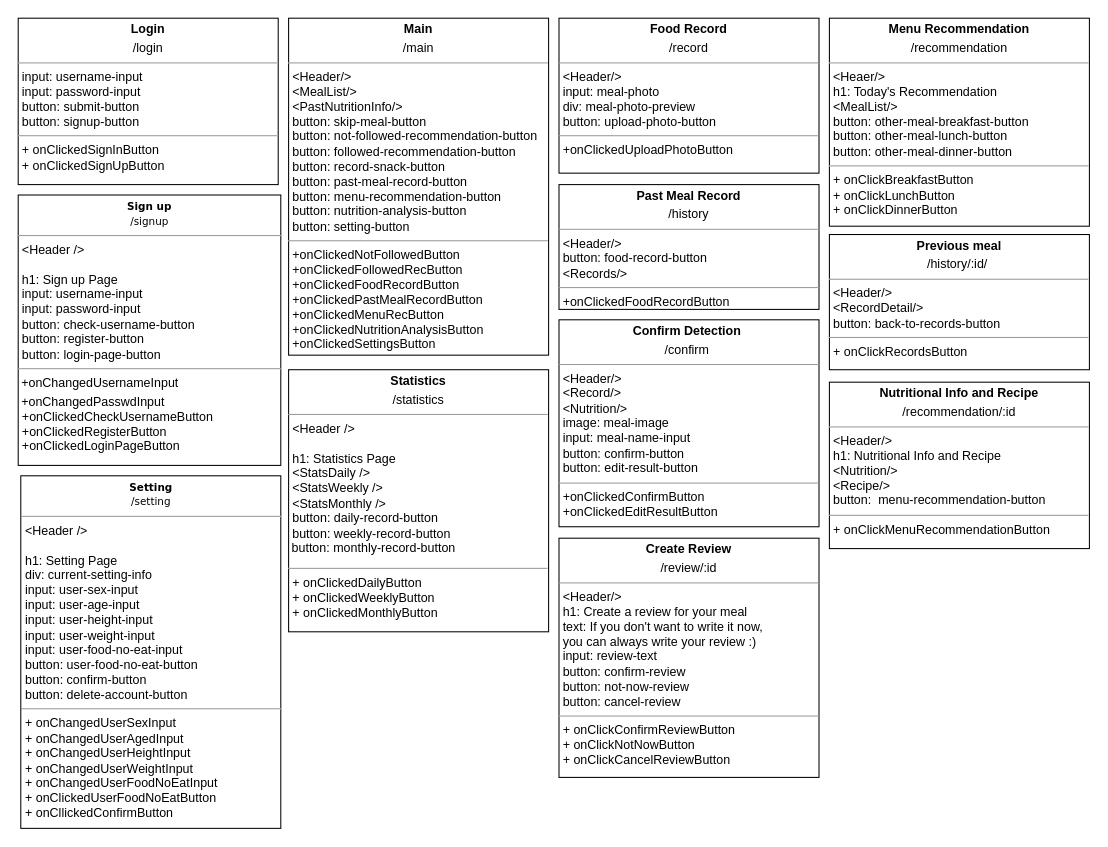
The draw.io diagram diagrams/Page Diagram.drawio in swsnu/swpp2021-team5, before the edit. Source tidied: cells renumbered, new cells numbered last; positions are measured from the earlier drawing's top-left corner, leaving out a move shared by most shapes. Both pictures are drawn from the tidied source at 104%, with x=0, y=0 at pixel (18, 18).
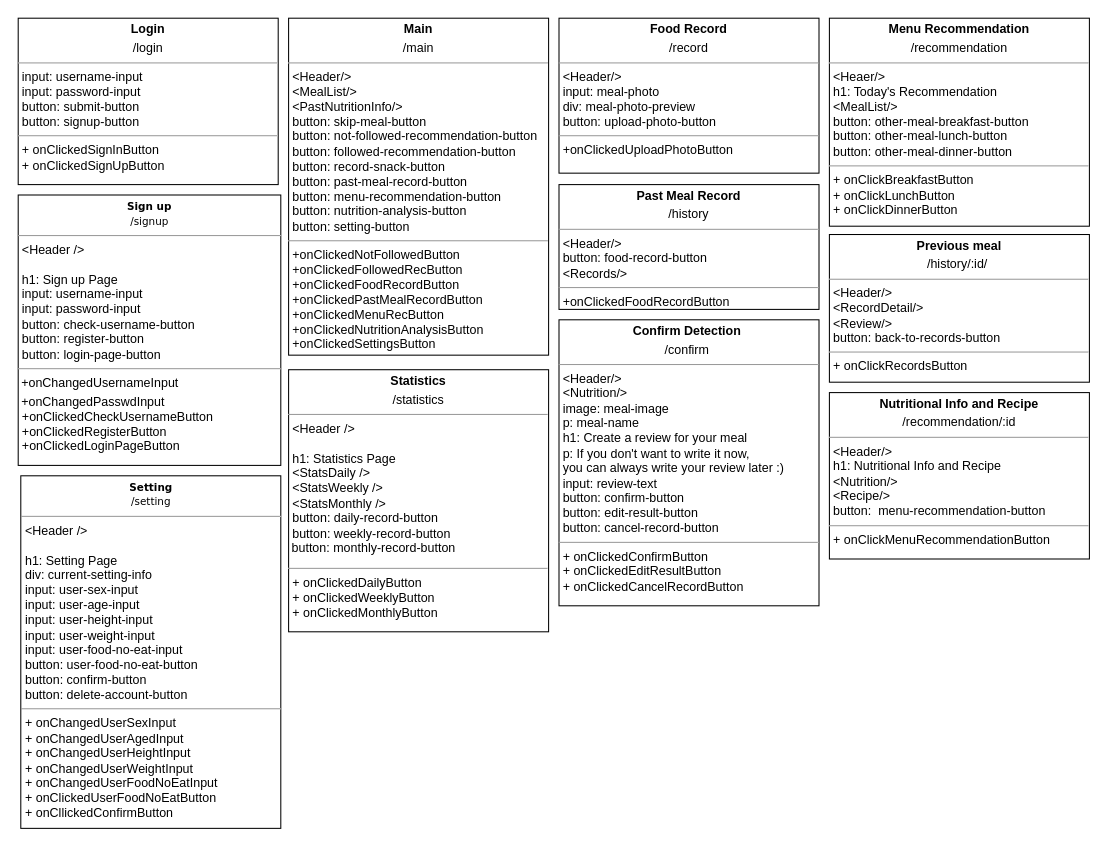
The same page after the edit.

Diff of the diagram source:
```diff
@@
 <mxGraphModel>
   <root>
     <mxCell id="0" />
     <mxCell id="1" parent="0" />
     <mxCell id="2" value="&lt;p style=&quot;margin: 4px 0px 0px ; text-align: center&quot;&gt;&lt;b&gt;Statistics&lt;/b&gt;&lt;/p&gt;&lt;p style=&quot;margin: 4px 0px 0px ; text-align: center&quot;&gt;/statistics&lt;/p&gt;&lt;hr size=&quot;1&quot;&gt;&lt;p style=&quot;text-align: justify ; margin: 0px 0px 0px 4px&quot;&gt;&amp;lt;Header /&amp;gt;&lt;br&gt;&lt;/p&gt;&lt;p style=&quot;text-align: justify ; margin: 0px 0px 0px 4px&quot;&gt;&lt;br&gt;&lt;/p&gt;&lt;p style=&quot;text-align: justify ; margin: 0px 0px 0px 4px&quot;&gt;h1: Statistics Page&lt;/p&gt;&lt;p style=&quot;text-align: justify ; margin: 0px 0px 0px 4px&quot;&gt;&amp;lt;StatsDaily /&amp;gt;&lt;/p&gt;&lt;p style=&quot;text-align: justify ; margin: 0px 0px 0px 4px&quot;&gt;&amp;lt;StatsWeekly /&amp;gt;&lt;/p&gt;&lt;p style=&quot;text-align: justify ; margin: 0px 0px 0px 4px&quot;&gt;&amp;lt;StatsMonthly /&amp;gt;&lt;/p&gt;&lt;p style=&quot;text-align: justify ; margin: 0px 0px 0px 4px&quot;&gt;button: daily-record-button&lt;/p&gt;&lt;p style=&quot;text-align: justify ; margin: 0px 0px 0px 4px&quot;&gt;&lt;span style=&quot;text-align: left&quot;&gt;button:&amp;nbsp;&lt;/span&gt;&lt;span style=&quot;text-align: left&quot;&gt;weekly-record-button&amp;nbsp;&lt;/span&gt;&lt;/p&gt;&lt;span style=&quot;text-align: left&quot;&gt;&lt;div style=&quot;text-align: justify&quot;&gt;&lt;span&gt;&amp;nbsp;button:&amp;nbsp;&lt;/span&gt;&lt;span&gt;monthly-record-button&lt;/span&gt;&lt;/div&gt;&lt;/span&gt;&lt;p&gt;&lt;/p&gt;&lt;hr size=&quot;1&quot; style=&quot;text-align: justify&quot;&gt;&lt;p style=&quot;text-align: justify ; margin: 0px 0px 0px 4px&quot;&gt;+ onClickedDailyButton&lt;/p&gt;&lt;p style=&quot;text-align: justify ; margin: 0px 0px 0px 4px&quot;&gt;+ onClickedWeeklyButton&lt;/p&gt;&lt;p style=&quot;text-align: justify ; margin: 0px 0px 0px 4px&quot;&gt;+ onClickedMonthlyButton&lt;/p&gt;" style="verticalAlign=top;align=left;overflow=fill;fontSize=12;fontFamily=Helvetica;html=1;rounded=0;shadow=0;comic=0;labelBackgroundColor=none;strokeWidth=1;" parent="1" vertex="1">
       <mxGeometry x="260" y="338" width="250" height="252" as="geometry" />
     </mxCell>
     <mxCell id="3" value="&lt;p style=&quot;margin: 0px ; margin-top: 4px ; text-align: center&quot;&gt;&lt;b&gt;Main&lt;/b&gt;&lt;/p&gt;&lt;p style=&quot;margin: 0px ; margin-top: 4px ; text-align: center&quot;&gt;/main&lt;/p&gt;&lt;hr size=&quot;1&quot;&gt;&lt;p style=&quot;margin: 0px ; margin-left: 4px&quot;&gt;&lt;span&gt;&amp;lt;Header/&amp;gt;&lt;/span&gt;&lt;/p&gt;&lt;p style=&quot;margin: 0px ; margin-left: 4px&quot;&gt;&lt;span&gt;&amp;lt;MealList/&amp;gt;&lt;/span&gt;&lt;br&gt;&lt;/p&gt;&lt;p style=&quot;margin: 0px ; margin-left: 4px&quot;&gt;&amp;lt;PastNutritionInfo/&amp;gt;&lt;/p&gt;&lt;p style=&quot;margin: 0px ; margin-left: 4px&quot;&gt;button: skip-meal-button&lt;/p&gt;&lt;p style=&quot;margin: 0px ; margin-left: 4px&quot;&gt;button: not-followed-recommendation-button&lt;/p&gt;&lt;p style=&quot;margin: 0px 0px 0px 4px&quot;&gt;button: followed-recommendation-button&lt;/p&gt;&lt;p style=&quot;margin: 0px ; margin-left: 4px&quot;&gt;&lt;span&gt;button: record-snack-button&lt;/span&gt;&lt;br&gt;&lt;/p&gt;&lt;p style=&quot;margin: 0px 0px 0px 4px&quot;&gt;button: past-meal-record-button&lt;/p&gt;&lt;p style=&quot;margin: 0px 0px 0px 4px&quot;&gt;button: menu-recommendation-button&lt;/p&gt;&lt;p style=&quot;margin: 0px 0px 0px 4px&quot;&gt;button: nutrition-analysis-button&lt;/p&gt;&lt;p style=&quot;margin: 0px 0px 0px 4px&quot;&gt;&lt;span&gt;button: setting-button&lt;/span&gt;&lt;br&gt;&lt;/p&gt;&lt;hr size=&quot;1&quot;&gt;&lt;p style=&quot;margin: 0px ; margin-left: 4px&quot;&gt;+onClickedNotFollowedButton&lt;/p&gt;&lt;p style=&quot;margin: 0px ; margin-left: 4px&quot;&gt;+onClickedFollowedRecButton&lt;br&gt;&lt;/p&gt;&lt;p style=&quot;margin: 0px ; margin-left: 4px&quot;&gt;+onClickedFoodRecordButton&lt;/p&gt;&lt;p style=&quot;margin: 0px 0px 0px 4px&quot;&gt;+onClickedPastMealRecordButton&lt;/p&gt;&lt;p style=&quot;margin: 0px ; margin-left: 4px&quot;&gt;+onClickedMenuRecButton&lt;/p&gt;&lt;p style=&quot;margin: 0px ; margin-left: 4px&quot;&gt;+onClickedNutritionAnalysisButton&lt;/p&gt;&lt;p style=&quot;margin: 0px ; margin-left: 4px&quot;&gt;&lt;span&gt;+onClickedSettingsButton&lt;/span&gt;&lt;br&gt;&lt;/p&gt;" style="verticalAlign=top;align=left;overflow=fill;fontSize=12;fontFamily=Helvetica;html=1;rounded=0;shadow=0;comic=0;labelBackgroundColor=none;strokeWidth=1;" parent="1" vertex="1">
       <mxGeometry x="260" width="250" height="324" as="geometry" />
     </mxCell>
     <mxCell id="4" value="&lt;p style=&quot;margin: 0px ; margin-top: 4px ; text-align: center&quot;&gt;&lt;b&gt;Login&lt;/b&gt;&lt;/p&gt;&lt;p style=&quot;margin: 0px ; margin-top: 4px ; text-align: center&quot;&gt;/login&lt;/p&gt;&lt;hr size=&quot;1&quot;&gt;&lt;p style=&quot;margin: 0px ; margin-left: 4px&quot;&gt;input: username-input&lt;/p&gt;&lt;p style=&quot;margin: 0px ; margin-left: 4px&quot;&gt;input: password-input&lt;/p&gt;&lt;p style=&quot;margin: 0px ; margin-left: 4px&quot;&gt;button: submit-button&lt;/p&gt;&lt;p style=&quot;margin: 0px ; margin-left: 4px&quot;&gt;button: signup-button&lt;/p&gt;&lt;hr size=&quot;1&quot;&gt;&lt;p style=&quot;margin: 0px ; margin-left: 4px&quot;&gt;+ onClickedSignInButton&lt;/p&gt;&lt;p style=&quot;margin: 0px ; margin-left: 4px&quot;&gt;+ onClickedSignUpButton&lt;/p&gt;" style="verticalAlign=top;align=left;overflow=fill;fontSize=12;fontFamily=Helvetica;html=1;rounded=0;shadow=0;comic=0;labelBackgroundColor=none;strokeWidth=1;" parent="1" vertex="1">
       <mxGeometry width="250" height="160" as="geometry" />
     </mxCell>
     <mxCell id="5" value="&lt;p style=&quot;margin: 0px ; margin-top: 4px ; text-align: center&quot;&gt;&lt;b&gt;Food Record&lt;/b&gt;&lt;/p&gt;&lt;p style=&quot;margin: 0px ; margin-top: 4px ; text-align: center&quot;&gt;/record&lt;/p&gt;&lt;hr size=&quot;1&quot;&gt;&lt;p style=&quot;margin: 0px ; margin-left: 4px&quot;&gt;&lt;span&gt;&amp;lt;Header/&amp;gt;&lt;/span&gt;&lt;/p&gt;&lt;p style=&quot;margin: 0px ; margin-left: 4px&quot;&gt;&lt;span&gt;input: meal-photo&lt;/span&gt;&lt;/p&gt;&lt;p style=&quot;margin: 0px ; margin-left: 4px&quot;&gt;&lt;span&gt;div: meal-photo-preview&lt;/span&gt;&lt;/p&gt;&lt;p style=&quot;margin: 0px ; margin-left: 4px&quot;&gt;&lt;span&gt;button: upload-photo-button&lt;/span&gt;&lt;/p&gt;&lt;hr size=&quot;1&quot;&gt;&lt;p style=&quot;margin: 0px ; margin-left: 4px&quot;&gt;&lt;span&gt;+onClickedUploadPhotoButton&lt;/span&gt;&lt;br&gt;&lt;/p&gt;&lt;p style=&quot;margin: 0px ; margin-left: 4px&quot;&gt;&lt;br&gt;&lt;/p&gt;" style="verticalAlign=top;align=left;overflow=fill;fontSize=12;fontFamily=Helvetica;html=1;rounded=0;shadow=0;comic=0;labelBackgroundColor=none;strokeWidth=1;" parent="1" vertex="1">
       <mxGeometry x="520" width="250" height="149" as="geometry" />
     </mxCell>
     <mxCell id="6" value="&lt;p style=&quot;margin: 0px ; margin-top: 4px ; text-align: center&quot;&gt;&lt;b&gt;Past Meal Record&lt;/b&gt;&lt;/p&gt;&lt;p style=&quot;margin: 0px ; margin-top: 4px ; text-align: center&quot;&gt;/history&lt;/p&gt;&lt;hr size=&quot;1&quot;&gt;&lt;p style=&quot;margin: 0px 0px 0px 4px&quot;&gt;&amp;lt;Header/&amp;gt;&lt;/p&gt;&lt;p style=&quot;margin: 0px 0px 0px 4px&quot;&gt;button: food-record-button&lt;/p&gt;&lt;p style=&quot;margin: 0px 0px 0px 4px&quot;&gt;&amp;lt;Records/&amp;gt;&lt;/p&gt;&lt;hr size=&quot;1&quot;&gt;&lt;p style=&quot;margin: 0px ; margin-left: 4px&quot;&gt;+onClickedFoodRecordButton&lt;/p&gt;" style="verticalAlign=top;align=left;overflow=fill;fontSize=12;fontFamily=Helvetica;html=1;rounded=0;shadow=0;comic=0;labelBackgroundColor=none;strokeWidth=1;" parent="1" vertex="1">
       <mxGeometry x="520" y="160" width="250" height="120" as="geometry" />
     </mxCell>
     <mxCell id="7" value="&lt;p style=&quot;margin: 4px 0px 0px ; text-align: center&quot;&gt;&lt;b style=&quot;font-family: &amp;#34;verdana&amp;#34; ; font-size: 10px&quot;&gt;Sign up&lt;/b&gt;&lt;br style=&quot;font-family: &amp;#34;verdana&amp;#34; ; font-size: 10px&quot;&gt;&lt;span style=&quot;font-family: &amp;#34;verdana&amp;#34; ; font-size: 10px&quot;&gt;/signup&lt;/span&gt;&lt;br&gt;&lt;/p&gt;&lt;hr size=&quot;1&quot;&gt;&lt;p style=&quot;text-align: justify ; margin: 0px 0px 0px 4px&quot;&gt;&amp;lt;Header /&amp;gt;&lt;/p&gt;&lt;p style=&quot;text-align: justify ; margin: 0px 0px 0px 4px&quot;&gt;&lt;br&gt;&lt;/p&gt;&lt;p style=&quot;text-align: justify ; margin: 0px 0px 0px 4px&quot;&gt;h1: Sign up Page&lt;/p&gt;&lt;p style=&quot;text-align: justify ; margin: 0px 0px 0px 4px&quot;&gt;input: username-input&lt;/p&gt;&lt;p style=&quot;text-align: justify ; margin: 0px 0px 0px 4px&quot;&gt;input: password-input&lt;/p&gt;&lt;p style=&quot;text-align: justify ; margin: 0px 0px 0px 4px&quot;&gt;button: check-username-button&lt;/p&gt;&lt;p style=&quot;text-align: justify ; margin: 0px 0px 0px 4px&quot;&gt;button: register-button&lt;/p&gt;&lt;p style=&quot;text-align: justify ; margin: 0px 0px 0px 4px&quot;&gt;button: login-page-button&lt;/p&gt;&lt;hr size=&quot;1&quot; style=&quot;text-align: justify&quot;&gt;&lt;p style=&quot;text-align: justify ; margin: 4px 0px 0px&quot;&gt;&lt;span&gt;&amp;nbsp;+onChangedUsernameInput&lt;/span&gt;&lt;br&gt;&lt;/p&gt;&lt;p style=&quot;text-align: justify ; margin: 4px 0px 0px&quot;&gt;&lt;span&gt;&amp;nbsp;+onChangedPasswdInput&lt;/span&gt;&lt;/p&gt;&lt;p style=&quot;text-align: justify ; margin: 0px 0px 0px 4px&quot;&gt;+onClickedCheckUsernameButton&lt;/p&gt;&lt;p style=&quot;text-align: justify ; margin: 0px 0px 0px 4px&quot;&gt;+onClickedRegisterButton&lt;/p&gt;&lt;p style=&quot;text-align: justify ; margin: 0px 0px 0px 4px&quot;&gt;+onClickedLoginPageButton&lt;/p&gt;" style="verticalAlign=top;align=left;overflow=fill;fontSize=12;fontFamily=Helvetica;html=1;" parent="1" vertex="1">
       <mxGeometry y="170" width="252.5" height="260" as="geometry" />
     </mxCell>
     <mxCell id="8" value="&lt;p style=&quot;margin: 4px 0px 0px ; text-align: center&quot;&gt;&lt;b style=&quot;font-family: &amp;#34;verdana&amp;#34; ; font-size: 10px&quot;&gt;Setting&lt;/b&gt;&lt;br style=&quot;font-family: &amp;#34;verdana&amp;#34; ; font-size: 10px&quot;&gt;&lt;span style=&quot;font-family: &amp;#34;verdana&amp;#34; ; font-size: 10px&quot;&gt;/setting&lt;/span&gt;&lt;br&gt;&lt;/p&gt;&lt;hr size=&quot;1&quot;&gt;&lt;p style=&quot;margin: 0px 0px 0px 4px&quot;&gt;&amp;lt;Header /&amp;gt;&lt;br&gt;&lt;/p&gt;&lt;p style=&quot;margin: 0px 0px 0px 4px&quot;&gt;&lt;br&gt;&lt;/p&gt;&lt;p style=&quot;margin: 0px 0px 0px 4px&quot;&gt;h1: Setting Page&lt;/p&gt;&lt;p style=&quot;margin: 0px 0px 0px 4px&quot;&gt;div: current-setting-info&lt;/p&gt;&lt;p style=&quot;margin: 0px 0px 0px 4px&quot;&gt;input: user-sex-input&lt;/p&gt;&lt;p style=&quot;margin: 0px 0px 0px 4px&quot;&gt;input: user-age-input&lt;/p&gt;&lt;p style=&quot;margin: 0px 0px 0px 4px&quot;&gt;input: user-height-input&lt;/p&gt;&lt;p style=&quot;margin: 0px 0px 0px 4px&quot;&gt;input: user-weight-input&lt;/p&gt;&lt;p style=&quot;margin: 0px 0px 0px 4px&quot;&gt;input: user-food-no-eat-input&lt;br&gt;&lt;/p&gt;&lt;p style=&quot;margin: 0px 0px 0px 4px&quot;&gt;button: user-food-no-eat-button&lt;/p&gt;&lt;p style=&quot;margin: 0px 0px 0px 4px&quot;&gt;button: confirm-button&lt;br&gt;&lt;/p&gt;&lt;p style=&quot;margin: 0px 0px 0px 4px&quot;&gt;button: delete-account-button&lt;/p&gt;&lt;hr size=&quot;1&quot;&gt;&lt;p style=&quot;margin: 0px 0px 0px 4px&quot;&gt;+ onChangedUserSexInput&lt;/p&gt;&lt;p style=&quot;margin: 0px 0px 0px 4px&quot;&gt;+ onChangedUserAgedInput&lt;/p&gt;&lt;p style=&quot;margin: 0px 0px 0px 4px&quot;&gt;+ onChangedUserHeightInput&lt;/p&gt;&lt;p style=&quot;margin: 0px 0px 0px 4px&quot;&gt;+ onChangedUserWeightInput&lt;/p&gt;&lt;p style=&quot;margin: 0px 0px 0px 4px&quot;&gt;+ onChangedUserFoodNoEatInput&lt;/p&gt;&lt;p style=&quot;margin: 0px 0px 0px 4px&quot;&gt;+ onClickedUserFoodNoEatButton&lt;/p&gt;&lt;p style=&quot;margin: 0px 0px 0px 4px&quot;&gt;+ onCllickedConfirmButton&lt;/p&gt;" style="verticalAlign=top;align=left;overflow=fill;fontSize=12;fontFamily=Helvetica;html=1;" parent="1" vertex="1">
       <mxGeometry x="2.5" y="440" width="250" height="339" as="geometry" />
     </mxCell>
-    <mxCell id="9" value="&lt;p style=&quot;margin: 0px ; margin-top: 4px ; text-align: center&quot;&gt;&lt;b&gt;Confirm Detection&amp;nbsp;&lt;/b&gt;&lt;/p&gt;&lt;p style=&quot;margin: 0px ; margin-top: 4px ; text-align: center&quot;&gt;/confirm&lt;b&gt;&amp;nbsp;&lt;/b&gt;&lt;/p&gt;&lt;hr size=&quot;1&quot;&gt;&lt;p style=&quot;margin: 0px ; margin-left: 4px&quot;&gt;&amp;lt;Header/&amp;gt;&lt;/p&gt;&lt;p style=&quot;margin: 0px ; margin-left: 4px&quot;&gt;&amp;lt;Record/&amp;gt;&lt;/p&gt;&lt;p style=&quot;margin: 0px ; margin-left: 4px&quot;&gt;&amp;lt;Nutrition/&amp;gt;&lt;/p&gt;&lt;p style=&quot;margin: 0px ; margin-left: 4px&quot;&gt;image: meal-image&lt;/p&gt;&lt;p style=&quot;margin: 0px ; margin-left: 4px&quot;&gt;input: meal-name-input&lt;/p&gt;&lt;p style=&quot;margin: 0px ; margin-left: 4px&quot;&gt;&lt;span&gt;button: confirm-button&lt;/span&gt;&lt;br&gt;&lt;/p&gt;&lt;p style=&quot;margin: 0px ; margin-left: 4px&quot;&gt;button: edit-result-button&lt;/p&gt;&lt;hr size=&quot;1&quot;&gt;&lt;p style=&quot;margin: 0px ; margin-left: 4px&quot;&gt;+onClickedConfirmButton&lt;/p&gt;&lt;p style=&quot;margin: 0px ; margin-left: 4px&quot;&gt;+onClickedEditResultButton&lt;/p&gt;&lt;p style=&quot;margin: 0px ; margin-left: 4px&quot;&gt;&lt;br&gt;&lt;/p&gt;&lt;p style=&quot;margin: 0px ; margin-left: 4px&quot;&gt;&lt;br&gt;&lt;/p&gt;" style="verticalAlign=top;align=left;overflow=fill;fontSize=12;fontFamily=Helvetica;html=1;" parent="1" vertex="1">
-      <mxGeometry x="520" y="290" width="250" height="199" as="geometry" />
-    </mxCell>
     <mxCell id="10" value="&lt;p style=&quot;margin: 0px ; margin-top: 4px ; text-align: center&quot;&gt;&lt;b&gt;Menu Recommendation&lt;/b&gt;&lt;/p&gt;&lt;p style=&quot;margin: 0px ; margin-top: 4px ; text-align: center&quot;&gt;/recommendation&lt;/p&gt;&lt;hr size=&quot;1&quot;&gt;&lt;p style=&quot;margin: 0px 0px 0px 4px&quot;&gt;&amp;lt;Heaer/&amp;gt;&lt;/p&gt;&lt;p style=&quot;margin: 0px 0px 0px 4px&quot;&gt;h1: Today's Recommendation&lt;/p&gt;&lt;p style=&quot;margin: 0px 0px 0px 4px&quot;&gt;&amp;lt;MealList/&amp;gt;&lt;/p&gt;&lt;p style=&quot;margin: 0px 0px 0px 4px&quot;&gt;button:&amp;nbsp;other-meal-breakfast-button&lt;/p&gt;&lt;p style=&quot;margin: 0px 0px 0px 4px&quot;&gt;button: other-meal-lunch-button&lt;/p&gt;&lt;p style=&quot;margin: 0px 0px 0px 4px&quot;&gt;button: other-meal-dinner-button&lt;br&gt;&lt;/p&gt;&lt;hr size=&quot;1&quot;&gt;&lt;p style=&quot;margin: 0px 0px 0px 4px&quot;&gt;+ onClickBreakfastButton&lt;br&gt;+ onClickLunchButton&lt;/p&gt;&lt;p style=&quot;margin: 0px 0px 0px 4px&quot;&gt;+ onClickDinnerButton&lt;/p&gt;" style="verticalAlign=top;align=left;overflow=fill;fontSize=12;fontFamily=Helvetica;html=1;rounded=0;shadow=0;comic=0;labelBackgroundColor=none;strokeWidth=1;" parent="1" vertex="1">
       <mxGeometry x="780" width="250" height="200" as="geometry" />
     </mxCell>
     <mxCell id="11" value="&lt;p style=&quot;margin: 0px ; margin-top: 4px ; text-align: center&quot;&gt;&lt;b&gt;Nutritional Info and Recipe&lt;/b&gt;&lt;/p&gt;&lt;p style=&quot;margin: 0px ; margin-top: 4px ; text-align: center&quot;&gt;/recommendation/:id&lt;/p&gt;&lt;hr size=&quot;1&quot;&gt;&lt;p style=&quot;margin: 0px 0px 0px 4px&quot;&gt;&amp;lt;Header/&amp;gt;&lt;/p&gt;&lt;p style=&quot;margin: 0px 0px 0px 4px&quot;&gt;h1: Nutritional Info and Recipe&lt;/p&gt;&lt;p style=&quot;margin: 0px 0px 0px 4px&quot;&gt;&amp;lt;Nutrition/&amp;gt;&lt;/p&gt;&lt;p style=&quot;margin: 0px 0px 0px 4px&quot;&gt;&amp;lt;Recipe/&amp;gt;&lt;/p&gt;&lt;p style=&quot;margin: 0px 0px 0px 4px&quot;&gt;button:&amp;nbsp;&amp;nbsp;&lt;span style=&quot;text-align: center&quot;&gt;menu-recommendation-button&lt;/span&gt;&lt;/p&gt;&lt;hr size=&quot;1&quot;&gt;&lt;p style=&quot;margin: 0px 0px 0px 4px&quot;&gt;+ onClickMenuRecommendationButton&lt;/p&gt;" style="verticalAlign=top;align=left;overflow=fill;fontSize=12;fontFamily=Helvetica;html=1;rounded=0;shadow=0;comic=0;labelBackgroundColor=none;strokeWidth=1;" parent="1" vertex="1">
-      <mxGeometry x="780" y="350" width="250" height="160" as="geometry" />
+      <mxGeometry x="780" y="360" width="250" height="160" as="geometry" />
     </mxCell>
-    <mxCell id="12" value="&lt;p style=&quot;margin: 0px ; margin-top: 4px ; text-align: center&quot;&gt;&lt;b&gt;Previous meal&lt;/b&gt;&lt;/p&gt;&lt;p style=&quot;margin: 0px ; margin-top: 4px ; text-align: center&quot;&gt;/history/:id/&lt;b&gt;&amp;nbsp;&lt;/b&gt;&lt;/p&gt;&lt;hr size=&quot;1&quot;&gt;&lt;p style=&quot;margin: 0px ; margin-left: 4px&quot;&gt;&amp;lt;Header/&amp;gt;&lt;/p&gt;&lt;p style=&quot;margin: 0px ; margin-left: 4px&quot;&gt;&amp;lt;RecordDetail/&amp;gt;&lt;/p&gt;&lt;p style=&quot;margin: 0px ; margin-left: 4px&quot;&gt;button: back-to-records-button&lt;/p&gt;&lt;hr size=&quot;1&quot;&gt;&lt;p style=&quot;margin: 0px ; margin-left: 4px&quot;&gt;+ onClickRecordsButton&lt;/p&gt;" style="verticalAlign=top;align=left;overflow=fill;fontSize=12;fontFamily=Helvetica;html=1;" parent="1" vertex="1">
-      <mxGeometry x="780" y="208" width="250" height="130" as="geometry" />
+    <mxCell id="12" value="&lt;p style=&quot;margin: 0px ; margin-top: 4px ; text-align: center&quot;&gt;&lt;b&gt;Previous meal&lt;/b&gt;&lt;/p&gt;&lt;p style=&quot;margin: 0px ; margin-top: 4px ; text-align: center&quot;&gt;/history/:id/&lt;b&gt;&amp;nbsp;&lt;/b&gt;&lt;/p&gt;&lt;hr size=&quot;1&quot;&gt;&lt;p style=&quot;margin: 0px ; margin-left: 4px&quot;&gt;&amp;lt;Header/&amp;gt;&lt;/p&gt;&lt;p style=&quot;margin: 0px ; margin-left: 4px&quot;&gt;&amp;lt;RecordDetail/&amp;gt;&lt;/p&gt;&lt;p style=&quot;margin: 0px ; margin-left: 4px&quot;&gt;&amp;lt;Review/&amp;gt;&lt;/p&gt;&lt;p style=&quot;margin: 0px ; margin-left: 4px&quot;&gt;button: back-to-records-button&lt;/p&gt;&lt;hr size=&quot;1&quot;&gt;&lt;p style=&quot;margin: 0px ; margin-left: 4px&quot;&gt;+ onClickRecordsButton&lt;/p&gt;" style="verticalAlign=top;align=left;overflow=fill;fontSize=12;fontFamily=Helvetica;html=1;" parent="1" vertex="1">
+      <mxGeometry x="780" y="208" width="250" height="142" as="geometry" />
     </mxCell>
-    <mxCell id="13" value="&lt;p style=&quot;margin: 0px ; margin-top: 4px ; text-align: center&quot;&gt;&lt;b&gt;Create Review&lt;/b&gt;&lt;/p&gt;&lt;p style=&quot;margin: 0px ; margin-top: 4px ; text-align: center&quot;&gt;/review/:id&lt;/p&gt;&lt;hr size=&quot;1&quot;&gt;&lt;p style=&quot;margin: 0px ; margin-left: 4px&quot;&gt;&amp;lt;Header/&amp;gt;&lt;/p&gt;&lt;p style=&quot;margin: 0px ; margin-left: 4px&quot;&gt;h1: Create a review for your meal&lt;/p&gt;&lt;p style=&quot;margin: 0px ; margin-left: 4px&quot;&gt;text: If you don't want to write it now,&amp;nbsp;&lt;/p&gt;&lt;p style=&quot;margin: 0px ; margin-left: 4px&quot;&gt;you can always write your review :)&lt;/p&gt;&lt;p style=&quot;margin: 0px ; margin-left: 4px&quot;&gt;input: review-text&lt;/p&gt;&lt;p style=&quot;margin: 0px ; margin-left: 4px&quot;&gt;button: confirm-review&lt;/p&gt;&lt;p style=&quot;margin: 0px 0px 0px 4px&quot;&gt;button: not-now-review&lt;/p&gt;&lt;p style=&quot;margin: 0px 0px 0px 4px&quot;&gt;button: cancel-review&lt;br&gt;&lt;/p&gt;&lt;hr size=&quot;1&quot;&gt;&lt;p style=&quot;margin: 0px ; margin-left: 4px&quot;&gt;+ onClickConfirmReviewButton&lt;br&gt;+ onClickNotNowButton&lt;/p&gt;&lt;p style=&quot;margin: 0px ; margin-left: 4px&quot;&gt;+ onClickCancelReviewButton&lt;/p&gt;" style="verticalAlign=top;align=left;overflow=fill;fontSize=12;fontFamily=Helvetica;html=1;rounded=0;shadow=0;comic=0;labelBackgroundColor=none;strokeWidth=1;" parent="1" vertex="1">
-      <mxGeometry x="520" y="500" width="250" height="230" as="geometry" />
-    </mxCell>
+    <mxCell id="14" value="&lt;p style=&quot;margin: 0px ; margin-top: 4px ; text-align: center&quot;&gt;&lt;b&gt;Confirm Detection&amp;nbsp;&lt;/b&gt;&lt;/p&gt;&lt;p style=&quot;margin: 0px ; margin-top: 4px ; text-align: center&quot;&gt;/confirm&lt;b&gt;&amp;nbsp;&lt;/b&gt;&lt;/p&gt;&lt;hr size=&quot;1&quot;&gt;&lt;p style=&quot;margin: 0px ; margin-left: 4px&quot;&gt;&amp;lt;Header/&amp;gt;&lt;/p&gt;&lt;p style=&quot;margin: 0px ; margin-left: 4px&quot;&gt;&amp;lt;Nutrition/&amp;gt;&lt;/p&gt;&lt;p style=&quot;margin: 0px ; margin-left: 4px&quot;&gt;image: meal-image&lt;/p&gt;&lt;p style=&quot;margin: 0px ; margin-left: 4px&quot;&gt;p: meal-name&lt;/p&gt;&lt;p style=&quot;margin: 0px 0px 0px 4px&quot;&gt;h1: Create a review for your meal&lt;/p&gt;&lt;p style=&quot;margin: 0px 0px 0px 4px&quot;&gt;p: If you don't want to write it now,&amp;nbsp;&lt;/p&gt;&lt;p style=&quot;margin: 0px 0px 0px 4px&quot;&gt;you can always write your review later :)&lt;/p&gt;&lt;p style=&quot;margin: 0px 0px 0px 4px&quot;&gt;input: review-text&lt;/p&gt;&lt;p style=&quot;margin: 0px ; margin-left: 4px&quot;&gt;&lt;span&gt;button: confirm-button&lt;/span&gt;&lt;br&gt;&lt;/p&gt;&lt;p style=&quot;margin: 0px ; margin-left: 4px&quot;&gt;button: edit-result-button&lt;/p&gt;&lt;p style=&quot;margin: 0px ; margin-left: 4px&quot;&gt;button: cancel-record-button&lt;/p&gt;&lt;hr size=&quot;1&quot;&gt;&lt;p style=&quot;margin: 0px ; margin-left: 4px&quot;&gt;+ onClickedConfirmButton&lt;/p&gt;&lt;p style=&quot;margin: 0px ; margin-left: 4px&quot;&gt;+ onClickedEditResultButton&lt;/p&gt;&lt;p style=&quot;margin: 0px 0px 0px 4px&quot;&gt;+ onClickedCancelRecordButton&lt;/p&gt;&lt;p style=&quot;margin: 0px ; margin-left: 4px&quot;&gt;&lt;br&gt;&lt;/p&gt;&lt;p style=&quot;margin: 0px ; margin-left: 4px&quot;&gt;&lt;br&gt;&lt;/p&gt;" style="verticalAlign=top;align=left;overflow=fill;fontSize=12;fontFamily=Helvetica;html=1;" parent="1" vertex="1">
+      <mxGeometry x="520" y="290" width="250" height="275" as="geometry" />
+    </mxCell>
   </root>
 </mxGraphModel>
```
